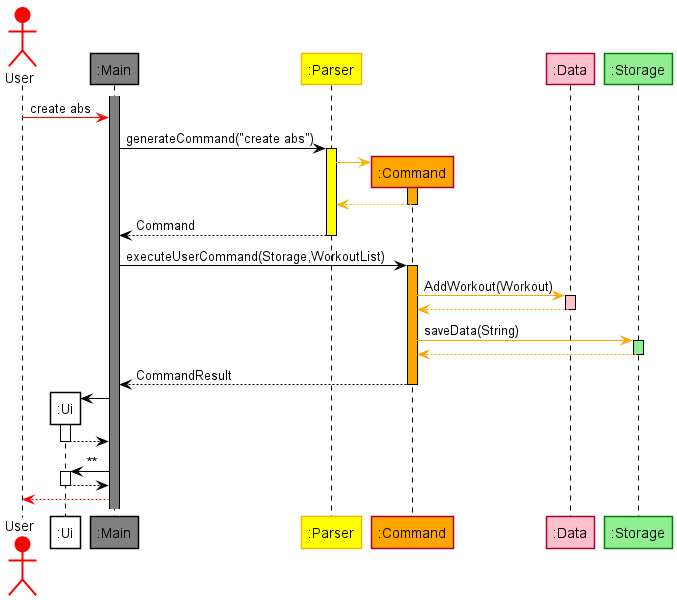
Above: docs/umldg/BasicArchitectureSequenceDiagram.png in nus-cs2113-AY2122S1/tp (PlantUML), before the change. The source it was exported from:
```plantuml
@startuml
hide stereotype
skinparam shadowing false

skinparam sequence {
    BorderColor Black
    LifeLineBorderColor Black
    ActorBorderColor Red
    ParticipantBorderColor<<main>> Black
    ParticipantBorderColor<<parser>> #edba02
    ParticipantBorderColor<<storage>> #Green
}

actor User #Red
participant ":Ui" as Ui <<main>> #White
participant ":Main" as Main <<main>> #Grey
participant ":Parser" as Parser <<parser>> #Yellow
participant ":Command" as Command <<command>> #Orange
participant ":Data" as Data #Pink
participant ":Storage" as Storage <<storage>> #LightGreen
activate Main #Grey

User -[#Red]> Main : create abs
deactivate Parser
Main -[#Black]> Parser : generateCommand("create abs")
activate Parser #Yellow
create Command
Parser -[#edba02]> Command
activate Command #Orange
Command --[#edba02]> Parser
deactivate Command
Parser --[#Black]> Main : Command
deactivate Parser

Main -[#Black]> Command : executeUserCommand(Storage,WorkoutList)
activate Command #Orange
Command -[#Orange]> Data : AddWorkout(Workout)
activate Data #Pink
Data -[#Orange]-> Command
deactivate Data
Command -[#Orange]> Storage : saveData(String)
activate Storage #LightGreen
Storage -[#Orange]-> Command
deactivate Storage
Command -[#Black]-> Main : CommandResult
deactivate Command

create Ui
Main -[#Black]> Ui
activate Ui
Ui --[#Black]> Main
deactivate Ui
Main -[#Black]> Ui : **
activate Ui
Ui -[#Black]-> Main
deactivate Ui
Main -[#Red]-> User

@enduml
```
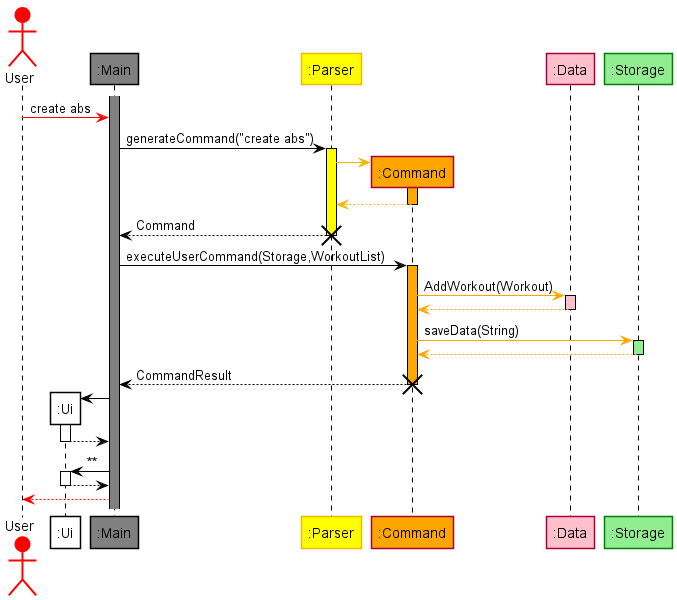
Later version of the same file.

Change to the diagram source:
```diff
@@ -31,6 +31,7 @@
 deactivate Command
 Parser --[#Black]> Main : Command
 deactivate Parser
+destroy Parser
 
 Main -[#Black]> Command : executeUserCommand(Storage,WorkoutList)
 activate Command #Orange
@@ -44,6 +45,7 @@
 deactivate Storage
 Command -[#Black]-> Main : CommandResult
 deactivate Command
+destroy Command
 
 create Ui
 Main -[#Black]> Ui
```
